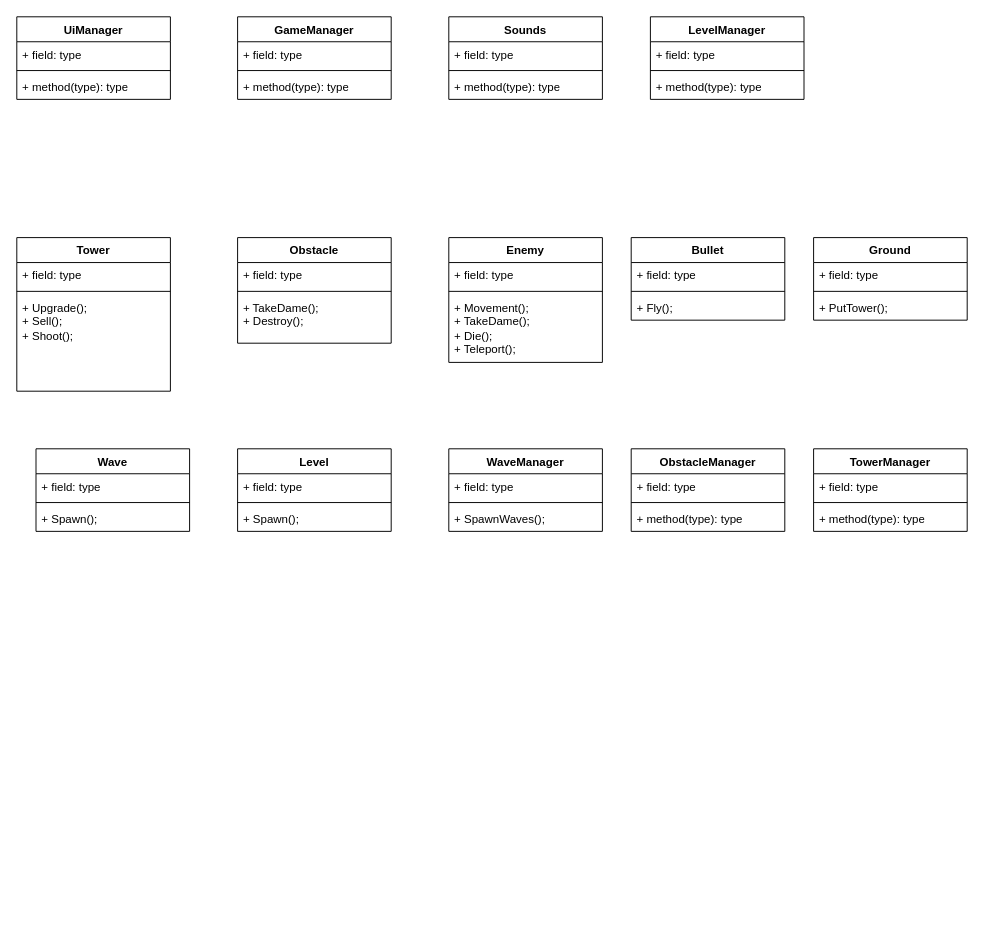
The draw.io diagram BaoCao/Diagram/ClassDiagram.drawio in nguyenvanphuong8522/DoAnTotNghiep, before the edit. Source tidied: cells renumbered, new cells numbered last; positions are measured from the earlier drawing's top-left corner, leaving out a move shared by most shapes. Both pictures are drawn from the tidied source at 96%, with x=0, y=0 at pixel (16, 16).
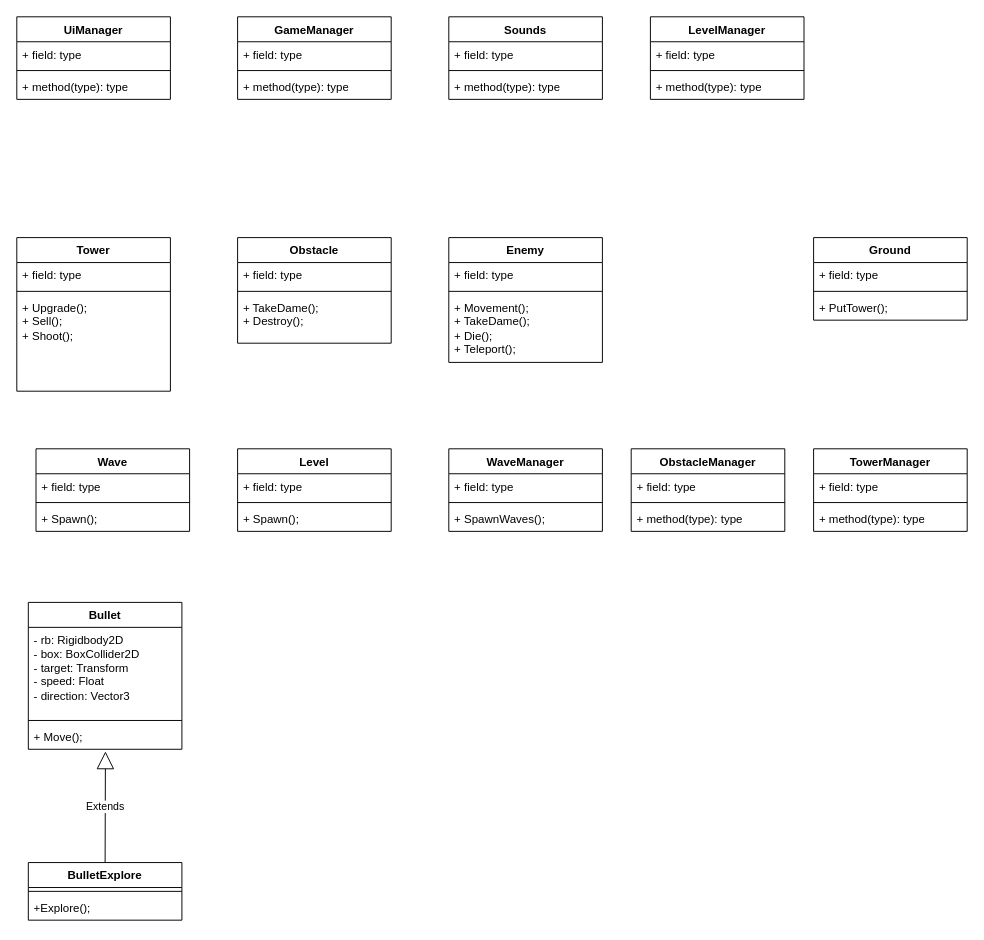
After the change.

The edit, as a diff of the source:
```diff
@@
-    <mxCell id="30" value="Bullet" style="swimlane;fontStyle=1;align=center;verticalAlign=top;horizontal=1;startSize=26;whiteSpace=wrap;html=1;" parent="1" vertex="1">
-      <mxGeometry x="640" y="230" width="160" height="86" as="geometry" />
+    <mxCell id="30" value="Bullet" style="swimlane;fontStyle=1;align=center;verticalAlign=top;horizontal=1;startSize=26;whiteSpace=wrap;html=1;fillColor=default;strokeColor=default;swimlaneLine=1;rounded=0;" parent="1" vertex="1">
+      <mxGeometry x="12" y="610" width="160" height="153" as="geometry" />
     </mxCell>
-    <mxCell id="31" value="+ field: type" style="text;strokeColor=none;fillColor=none;align=left;verticalAlign=top;spacingLeft=4;spacingRight=4;overflow=hidden;whiteSpace=wrap;html=1;" parent="30" vertex="1">
-      <mxGeometry y="26" width="160" height="26" as="geometry" />
+    <mxCell id="31" value="- rb: Rigidbody2D&lt;div&gt;- box: BoxCollider2D&lt;br&gt;&lt;div&gt;- target: Transform&lt;/div&gt;&lt;div&gt;- speed: Float&lt;/div&gt;&lt;/div&gt;&lt;div&gt;- direction: Vector3&lt;/div&gt;" style="text;strokeColor=none;fillColor=none;align=left;verticalAlign=top;spacingLeft=4;spacingRight=4;overflow=hidden;whiteSpace=wrap;html=1;" parent="30" vertex="1">
+      <mxGeometry y="26" width="160" height="93" as="geometry" />
     </mxCell>
     <mxCell id="32" style="line;strokeWidth=1;fillColor=none;align=left;verticalAlign=middle;spacingTop=-1;spacingLeft=3;spacingRight=3;labelPosition=right;strokeColor=inherit;" parent="30" vertex="1">
-      <mxGeometry y="52" width="160" height="8" as="geometry" />
+      <mxGeometry y="119" width="160" height="8" as="geometry" />
     </mxCell>
-    <mxCell id="33" value="+ Fly();" style="text;strokeColor=none;fillColor=none;align=left;verticalAlign=top;spacingLeft=4;spacingRight=4;overflow=hidden;points=[[0,0.5],[1,0.5]];portConstraint=eastwest;whiteSpace=wrap;html=1;" parent="30" vertex="1">
-      <mxGeometry y="60" width="160" height="26" as="geometry" />
+    <mxCell id="33" value="+ Move();" style="text;strokeColor=none;fillColor=none;align=left;verticalAlign=top;spacingLeft=4;spacingRight=4;overflow=hidden;points=[[0,0.5],[1,0.5]];portConstraint=eastwest;whiteSpace=wrap;html=1;" parent="30" vertex="1">
+      <mxGeometry y="127" width="160" height="26" as="geometry" />
     </mxCell>
@@
+    <mxCell id="58" value="BulletExplore" style="swimlane;fontStyle=1;align=center;verticalAlign=top;horizontal=1;startSize=26;whiteSpace=wrap;html=1;fillColor=default;strokeColor=default;swimlaneLine=1;rounded=0;" parent="1" vertex="1">
+      <mxGeometry x="12" y="881" width="160" height="60" as="geometry" />
+    </mxCell>
+    <mxCell id="59" style="line;strokeWidth=1;fillColor=none;align=left;verticalAlign=middle;spacingTop=-1;spacingLeft=3;spacingRight=3;labelPosition=right;strokeColor=inherit;" parent="58" vertex="1">
+      <mxGeometry y="26" width="160" height="8" as="geometry" />
+    </mxCell>
+    <mxCell id="60" value="+Explore();" style="text;strokeColor=none;fillColor=none;align=left;verticalAlign=top;spacingLeft=4;spacingRight=4;overflow=hidden;whiteSpace=wrap;html=1;" parent="58" vertex="1">
+      <mxGeometry y="34" width="160" height="26" as="geometry" />
+    </mxCell>
+    <mxCell id="61" value="Extends" style="endArrow=block;endSize=16;endFill=0;html=1;rounded=0;entryX=0.502;entryY=1.085;entryDx=0;entryDy=0;exitX=0.5;exitY=0;exitDx=0;exitDy=0;entryPerimeter=0;" parent="1" edge="1" source="58" target="33">
+      <mxGeometry relative="1" as="geometry" />
+    </mxCell>
```
